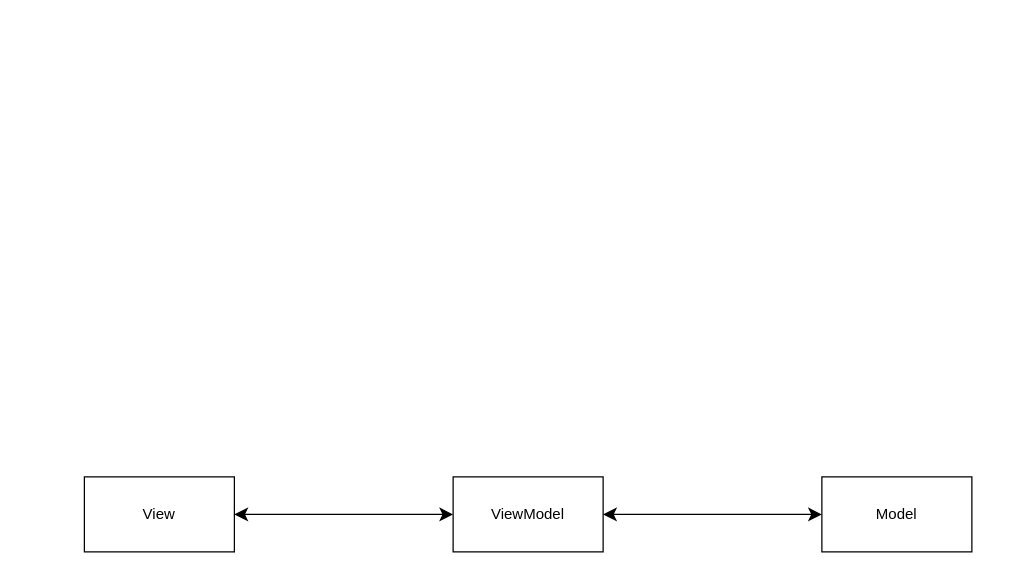
Oxford-Hypernautics/.github keeps this draw.io diagram as page "Simplified" (1 of 4) of MVVM_template.drawio. Above is the earlier version. Source tidied: cells renumbered, new cells numbered last; positions are measured from the earlier drawing's top-left corner, leaving out a move shared by most shapes. Both pictures are drawn from the tidied source at 125%, with x=0, y=0 at pixel (84, 476).
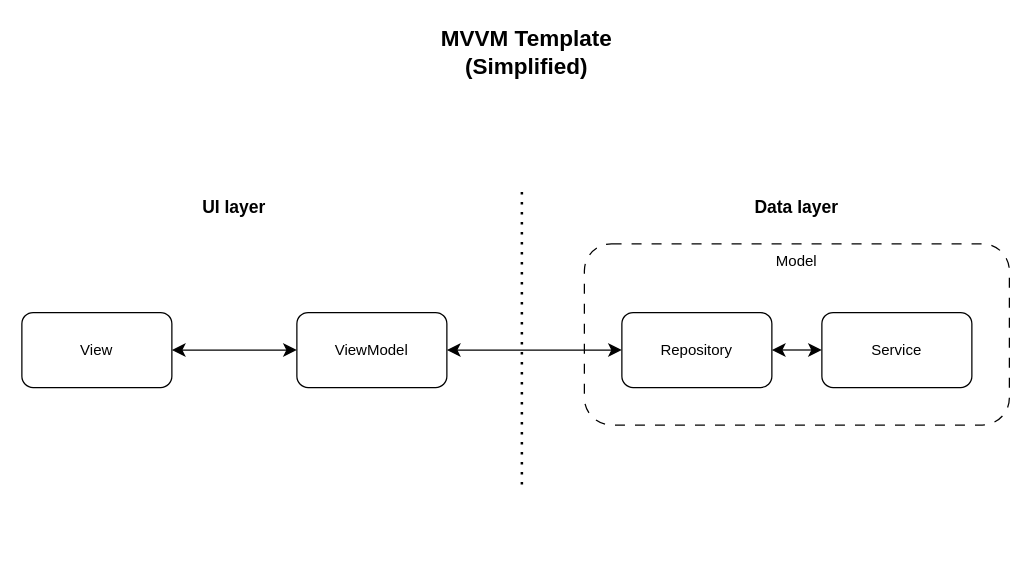
After the change.

Commit message (it also covers changes not shown here):
MVVM template (#2)

* feat: add title

* feat: complete Simplified diagram

* feat: add placeholder "With exchanges" diagram

* feat: implement "With exchanges" diagram

* feat: add placeholder "Detailed" diagram

* feat: add boxes in "Detailed" page

* feat: complete "Detailed" page

* feat: add "Domain layer" page

What changed in the source:
```diff
@@
 <mxGraphModel>
   <root>
     <mxCell id="0" />
     <mxCell id="1" parent="0" />
+    <mxCell id="7" value="MVVM Template&lt;div&gt;(Simplified)&lt;/div&gt;" style="text;html=1;align=center;verticalAlign=middle;whiteSpace=wrap;rounded=0;fontSize=18;fontStyle=1;" parent="1" vertex="1">
+      <mxGeometry x="279" y="-364" width="150" height="50" as="geometry" />
+    </mxCell>
+    <mxCell id="8" parent="0" />
-    <mxCell id="2" value="ViewModel" style="whiteSpace=wrap;html=1;" parent="1" vertex="1">
-      <mxGeometry x="295" width="120" height="60" as="geometry" />
+    <mxCell id="2" value="ViewModel" style="whiteSpace=wrap;html=1;rounded=1;" parent="8" vertex="1">
+      <mxGeometry x="170" y="-131.5" width="120" height="60" as="geometry" />
     </mxCell>
-    <mxCell id="3" value="View" style="whiteSpace=wrap;html=1;" parent="1" vertex="1">
-      <mxGeometry width="120" height="60" as="geometry" />
+    <mxCell id="3" value="View" style="whiteSpace=wrap;html=1;rounded=1;" parent="8" vertex="1">
+      <mxGeometry x="-50" y="-131.5" width="120" height="60" as="geometry" />
     </mxCell>
-    <mxCell id="4" value="Model" style="rounded=0;whiteSpace=wrap;html=1;" parent="1" vertex="1">
-      <mxGeometry x="590" width="120" height="60" as="geometry" />
+    <mxCell id="4" value="Model" style="rounded=1;whiteSpace=wrap;html=1;verticalAlign=top;dashed=1;strokeColor=default;dashPattern=8 8;" parent="8" vertex="1">
+      <mxGeometry x="400" y="-186.5" width="340" height="145" as="geometry" />
     </mxCell>
-    <mxCell id="5" style="endArrow=classic;startArrow=classic;html=1;rounded=0;fontSize=12;startSize=8;endSize=8;curved=1;" parent="1" edge="1" source="2" target="4">
+    <mxCell id="5" style="endArrow=classic;startArrow=classic;html=1;rounded=0;fontSize=12;startSize=8;endSize=8;curved=1;" parent="8" edge="1" source="2" target="9">
       <mxGeometry relative="1" as="geometry" />
     </mxCell>
-    <mxCell id="6" style="endArrow=classic;startArrow=classic;html=1;rounded=0;fontSize=12;startSize=8;endSize=8;curved=1;" parent="1" edge="1" source="3" target="2">
+    <mxCell id="6" style="endArrow=classic;startArrow=classic;html=1;rounded=0;fontSize=12;startSize=8;endSize=8;curved=1;" parent="8" edge="1" source="3" target="2">
       <mxGeometry relative="1" as="geometry" />
     </mxCell>
+    <mxCell id="9" value="Repository" style="whiteSpace=wrap;html=1;rounded=1;" parent="8" vertex="1">
+      <mxGeometry x="430" y="-131.5" width="120" height="60" as="geometry" />
+    </mxCell>
+    <mxCell id="10" value="Service" style="whiteSpace=wrap;html=1;rounded=1;" parent="8" vertex="1">
+      <mxGeometry x="590" y="-131.5" width="120" height="60" as="geometry" />
+    </mxCell>
+    <mxCell id="11" style="endArrow=classic;startArrow=classic;html=1;rounded=0;fontSize=12;startSize=8;endSize=8;curved=1;" parent="8" edge="1" source="9" target="10">
+      <mxGeometry relative="1" as="geometry" />
+    </mxCell>
+    <mxCell id="12" style="endArrow=none;dashed=1;html=1;dashPattern=1 3;strokeWidth=2;rounded=0;" parent="8" edge="1">
+      <mxGeometry relative="1" as="geometry">
+        <mxPoint x="350" y="6" as="sourcePoint" />
+        <mxPoint x="350" y="-234" as="targetPoint" />
+      </mxGeometry>
+    </mxCell>
+    <mxCell id="13" value="&lt;b&gt;&lt;font style=&quot;font-size: 14px;&quot;&gt;UI layer&lt;/font&gt;&lt;/b&gt;" style="text;html=1;align=center;verticalAlign=middle;whiteSpace=wrap;rounded=0;" parent="8" vertex="1">
+      <mxGeometry x="90" y="-231.5" width="60" height="30" as="geometry" />
+    </mxCell>
+    <mxCell id="14" value="&lt;b&gt;&lt;font style=&quot;font-size: 14px;&quot;&gt;Data layer&lt;/font&gt;&lt;/b&gt;" style="text;html=1;align=center;verticalAlign=middle;whiteSpace=wrap;rounded=0;" parent="8" vertex="1">
+      <mxGeometry x="530" y="-231.5" width="80" height="30" as="geometry" />
+    </mxCell>
   </root>
 </mxGraphModel>
```
